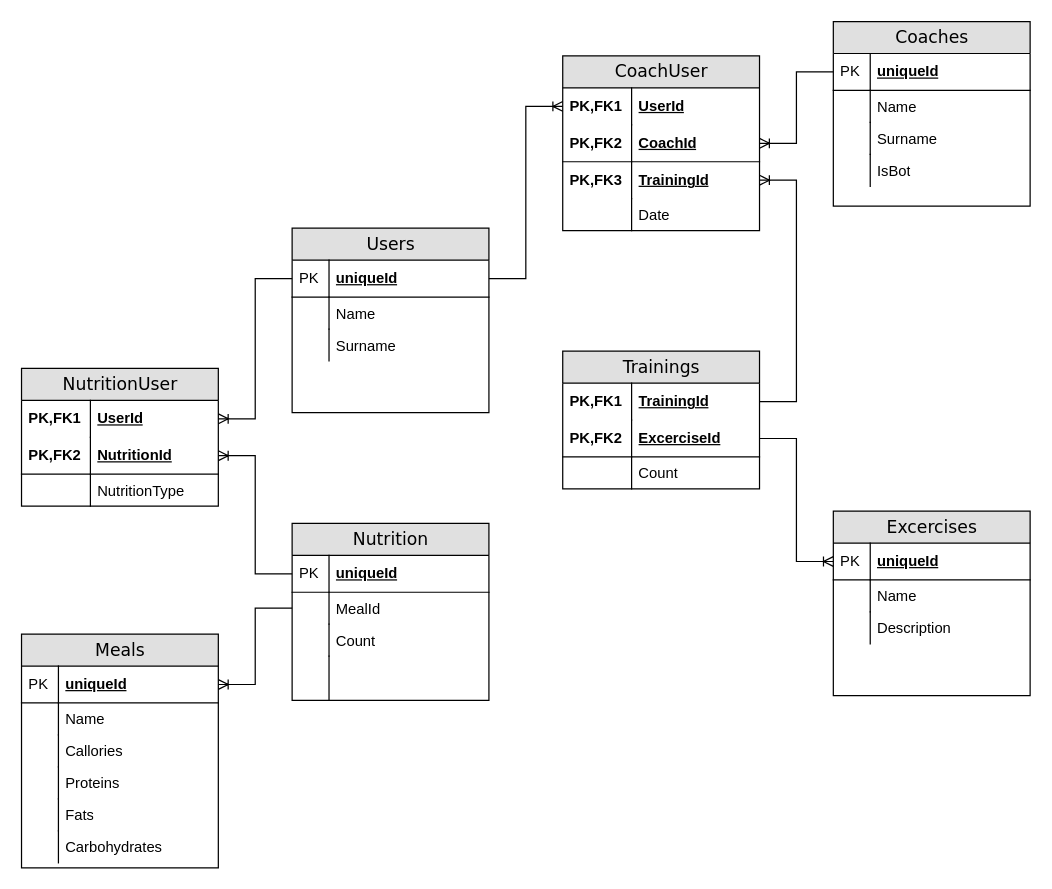
The draw.io diagram otus.csharp.dev/Диаграмма без названия.drawio in lasm16/Diagrams, before the edit. Source tidied: cells renumbered, new cells numbered last; positions are measured from the earlier drawing's top-left corner, leaving out a move shared by most shapes. Both pictures are drawn from the tidied source at 123%, with x=0, y=0 at pixel (21, 21).
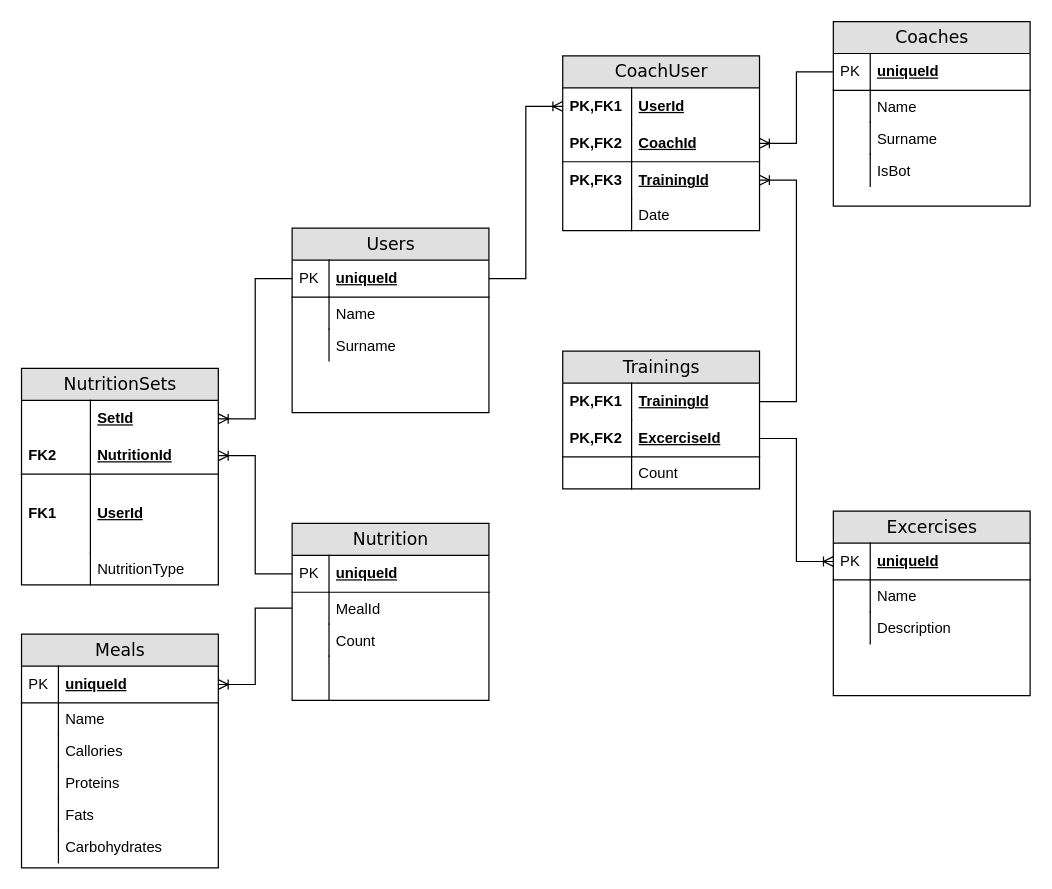
The same diagram, later.

The change refers to these unchanged cells:
```xml
<mxCell id="5" value="NutritionId" style="shape=partialRectangle;top=0;left=0;right=0;bottom=1;html=1;align=left;verticalAlign=middle;fillColor=none;spacingLeft=60;spacingRight=4;whiteSpace=wrap;overflow=hidden;points=[[0,0.5],[1,0.5]];portConstraint=eastwest;fontStyle=5;" parent="2" vertex="1">
  <mxGeometry y="56" width="160" height="30" as="geometry" />
</mxCell>
```

Diff of the diagram source:
```diff
@@
-    <mxCell id="2" value="NutritionUser" style="swimlane;html=1;fontStyle=0;horizontal=1;startSize=26;fillColor=#e0e0e0;swimlaneFillColor=#ffffff;align=center;rounded=0;shadow=0;comic=0;labelBackgroundColor=none;strokeWidth=1;fontFamily=Verdana;fontSize=14;" parent="1" vertex="1">
-      <mxGeometry y="282" width="160" height="112" as="geometry" />
+    <mxCell id="2" value="NutritionSets" style="swimlane;html=1;fontStyle=0;horizontal=1;startSize=26;fillColor=#e0e0e0;swimlaneFillColor=#ffffff;align=center;rounded=0;shadow=0;comic=0;labelBackgroundColor=none;strokeWidth=1;fontFamily=Verdana;fontSize=14;" parent="1" vertex="1">
+      <mxGeometry y="282" width="160" height="176" as="geometry" />
     </mxCell>
-    <mxCell id="3" value="UserId" style="shape=partialRectangle;top=0;left=0;right=0;bottom=0;html=1;align=left;verticalAlign=middle;fillColor=none;spacingLeft=60;spacingRight=4;whiteSpace=wrap;overflow=hidden;points=[[0,0.5],[1,0.5]];portConstraint=eastwest;fontStyle=5;" parent="2" vertex="1">
+    <mxCell id="3" value="SetId" style="shape=partialRectangle;top=0;left=0;right=0;bottom=0;html=1;align=left;verticalAlign=middle;fillColor=none;spacingLeft=60;spacingRight=4;whiteSpace=wrap;overflow=hidden;points=[[0,0.5],[1,0.5]];portConstraint=eastwest;fontStyle=5;" parent="2" vertex="1">
       <mxGeometry y="26" width="160" height="30" as="geometry" />
     </mxCell>
-    <mxCell id="4" value="PK,FK1" style="shape=partialRectangle;fontStyle=1;top=0;left=0;bottom=0;html=1;fillColor=none;align=left;verticalAlign=middle;spacingLeft=4;spacingRight=4;whiteSpace=wrap;overflow=hidden;" parent="3" vertex="1">
+    <mxCell id="4" style="shape=partialRectangle;fontStyle=1;top=0;left=0;bottom=0;html=1;fillColor=none;align=left;verticalAlign=middle;spacingLeft=4;spacingRight=4;whiteSpace=wrap;overflow=hidden;" parent="3" vertex="1">
       <mxGeometry width="56" height="30" as="geometry" />
     </mxCell>
@@
-    <mxCell id="6" value="PK,FK2" style="shape=partialRectangle;fontStyle=1;top=0;left=0;bottom=0;html=1;fillColor=none;align=left;verticalAlign=middle;spacingLeft=4;spacingRight=4;whiteSpace=wrap;overflow=hidden;" parent="5" vertex="1">
+    <mxCell id="6" value="FK2" style="shape=partialRectangle;fontStyle=1;top=0;left=0;bottom=0;html=1;fillColor=none;align=left;verticalAlign=middle;spacingLeft=4;spacingRight=4;whiteSpace=wrap;overflow=hidden;" parent="5" vertex="1">
       <mxGeometry width="56" height="30" as="geometry" />
     </mxCell>
+    <mxCell id="77" value="UserId" style="shape=partialRectangle;top=0;left=0;right=0;bottom=0;html=1;align=left;verticalAlign=middle;fillColor=none;spacingLeft=60;spacingRight=4;whiteSpace=wrap;overflow=hidden;fontStyle=5;" parent="2" vertex="1">
+      <mxGeometry y="86" width="160" height="64" as="geometry" />
+    </mxCell>
+    <mxCell id="78" value="FK1" style="shape=partialRectangle;fontStyle=1;top=0;left=0;bottom=0;html=1;fillColor=none;align=left;verticalAlign=middle;spacingLeft=4;spacingRight=4;whiteSpace=wrap;overflow=hidden;" parent="77" vertex="1">
+      <mxGeometry width="56" height="64" as="geometry" />
+    </mxCell>
     <mxCell id="7" value="NutritionType" style="shape=partialRectangle;top=0;left=0;right=0;bottom=0;html=1;align=left;verticalAlign=top;fillColor=none;spacingLeft=60;spacingRight=4;whiteSpace=wrap;overflow=hidden;" parent="2" vertex="1">
-      <mxGeometry y="86" width="160" height="26" as="geometry" />
+      <mxGeometry y="150" width="160" height="26" as="geometry" />
     </mxCell>
```
